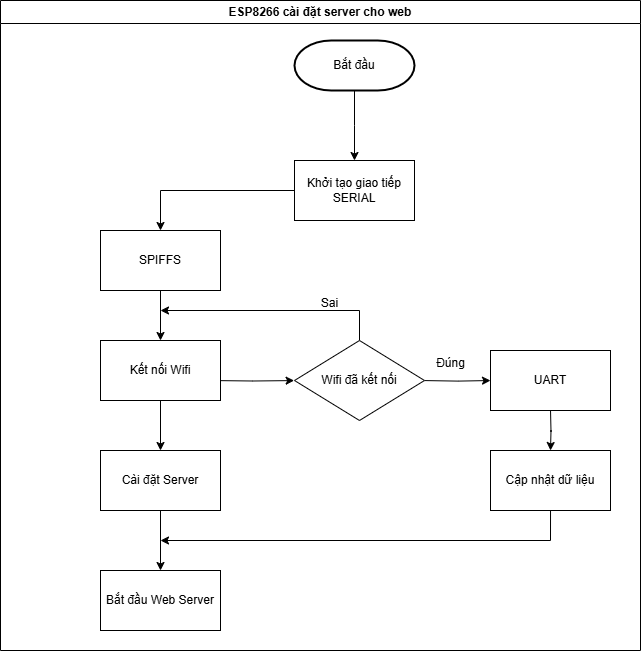
Above: FLOWCHART-VIE/FLOWCHART-SET-UP-SERVER-ESP8266.png in Quynguyen34/CNC-Drill-Graduation-Project (draw.io), before the change. Source tidied: cells renumbered, new cells last; positions are measured from the earlier drawing's top-left corner, leaving out a move shared by most shapes.
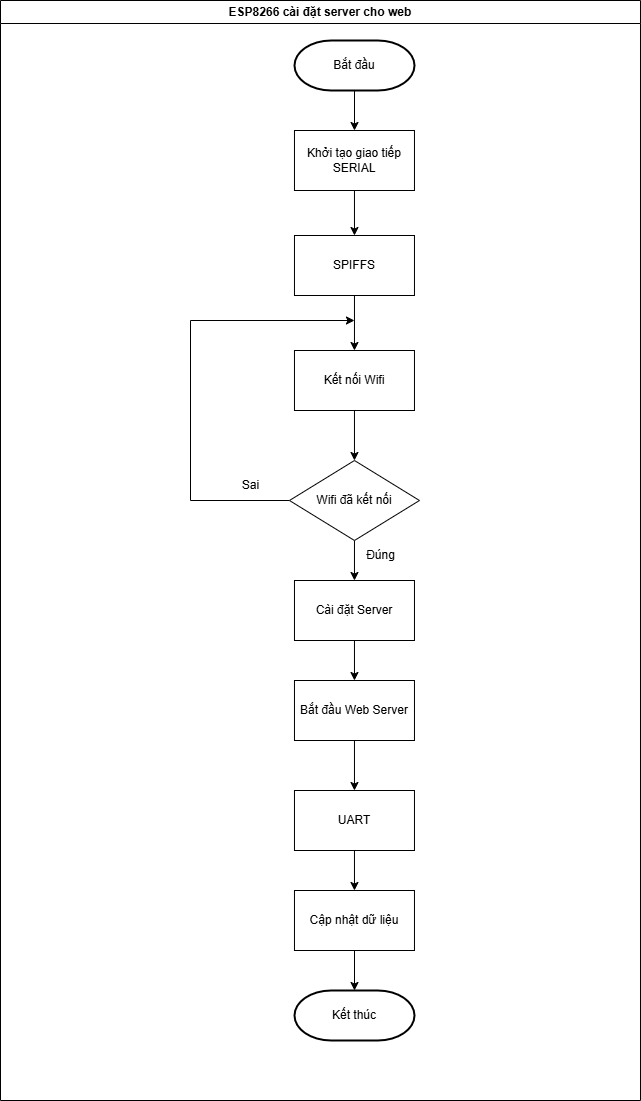
The same diagram one commit later.

What changed in the source:
```diff
@@ -2,42 +2,12 @@
   <root>
     <mxCell id="0" />
     <mxCell id="1" parent="0" />
-    <mxCell id="2" style="edgeStyle=orthogonalEdgeStyle;rounded=0;orthogonalLoop=1;jettySize=auto;html=1;entryX=0.026;entryY=0.501;entryDx=0;entryDy=0;entryPerimeter=0;" parent="1" edge="1">
-      <mxGeometry relative="1" as="geometry">
-        <mxPoint x="210" y="380" as="sourcePoint" />
-        <mxPoint x="293.6" y="380.1" as="targetPoint" />
-      </mxGeometry>
-    </mxCell>
-    <mxCell id="3" style="edgeStyle=orthogonalEdgeStyle;rounded=0;orthogonalLoop=1;jettySize=auto;html=1;exitX=0.958;exitY=0.501;exitDx=0;exitDy=0;exitPerimeter=0;" parent="1" edge="1">
-      <mxGeometry relative="1" as="geometry">
-        <mxPoint x="424.1" y="380.1" as="sourcePoint" />
-        <mxPoint x="490" y="380" as="targetPoint" />
-      </mxGeometry>
-    </mxCell>
-    <mxCell id="4" style="edgeStyle=orthogonalEdgeStyle;rounded=0;orthogonalLoop=1;jettySize=auto;html=1;" parent="1" edge="1">
-      <mxGeometry relative="1" as="geometry">
-        <mxPoint x="550" y="410" as="sourcePoint" />
-        <mxPoint x="550" y="450" as="targetPoint" />
-      </mxGeometry>
-    </mxCell>
-    <mxCell id="5" value="Đúng" style="text;html=1;align=center;verticalAlign=middle;strokeColor=none;fillColor=none;" parent="1" vertex="1">
-      <mxGeometry x="425" y="348" width="50" height="30" as="geometry" />
-    </mxCell>
-    <mxCell id="6" value="Sai" style="text;html=1;align=center;verticalAlign=middle;strokeColor=none;fillColor=none;" parent="1" vertex="1">
-      <mxGeometry x="309" y="288" width="40" height="30" as="geometry" />
-    </mxCell>
-    <mxCell id="7" style="edgeStyle=orthogonalEdgeStyle;rounded=0;orthogonalLoop=1;jettySize=auto;html=1;" parent="1" edge="1">
-      <mxGeometry relative="1" as="geometry">
-        <mxPoint x="550" y="510" as="sourcePoint" />
-        <mxPoint x="160" y="540" as="targetPoint" />
-        <Array as="points">
-          <mxPoint x="550" y="540" />
-        </Array>
-      </mxGeometry>
-    </mxCell>
     <mxCell id="8" value="ESP8266 cài đặt server cho web" style="swimlane;whiteSpace=wrap;html=1;" parent="1" vertex="1">
-      <mxGeometry width="640" height="650" as="geometry" />
+      <mxGeometry width="640" height="1100" as="geometry" />
     </mxCell>
+    <mxCell id="24" style="edgeStyle=orthogonalEdgeStyle;rounded=0;jettySize=auto;html=1;" parent="8" edge="1" source="9" target="11">
+      <mxGeometry relative="1" as="geometry" />
+    </mxCell>
     <mxCell id="9" value="Bắt đầu" style="strokeWidth=2;html=1;shape=mxgraph.flowchart.terminator;whiteSpace=wrap;" parent="8" vertex="1">
       <mxGeometry x="294" y="40" width="120" height="50" as="geometry" />
     </mxCell>
@@ -45,50 +15,67 @@
       <mxGeometry relative="1" as="geometry" />
     </mxCell>
     <mxCell id="11" value="Khởi tạo giao tiếp SERIAL" style="rounded=0;whiteSpace=wrap;html=1;" parent="8" vertex="1">
-      <mxGeometry x="294" y="160" width="120" height="60" as="geometry" />
+      <mxGeometry x="294" y="130" width="120" height="60" as="geometry" />
     </mxCell>
     <mxCell id="12" style="edgeStyle=orthogonalEdgeStyle;rounded=0;jettySize=auto;html=1;" parent="8" edge="1" source="13" target="15">
       <mxGeometry relative="1" as="geometry" />
     </mxCell>
     <mxCell id="13" value="SPIFFS" style="rounded=0;whiteSpace=wrap;html=1;" parent="8" vertex="1">
-      <mxGeometry x="100" y="230" width="120" height="60" as="geometry" />
+      <mxGeometry x="294" y="235" width="120" height="60" as="geometry" />
     </mxCell>
-    <mxCell id="14" style="edgeStyle=orthogonalEdgeStyle;rounded=0;jettySize=auto;html=1;" parent="8" edge="1" source="15" target="17">
-      <mxGeometry relative="1" as="geometry" />
-    </mxCell>
+    <mxCell id="25" style="edgeStyle=orthogonalEdgeStyle;rounded=0;jettySize=auto;html=1;entryX=0.5;entryY=0;entryDx=0;entryDy=0;" parent="8" edge="1" source="15" target="22">
+      <mxGeometry relative="1" as="geometry" />
+    </mxCell>
     <mxCell id="15" value="Kết nối Wifi" style="rounded=0;whiteSpace=wrap;html=1;" parent="8" vertex="1">
-      <mxGeometry x="100" y="340" width="120" height="60" as="geometry" />
+      <mxGeometry x="294" y="350" width="120" height="60" as="geometry" />
     </mxCell>
     <mxCell id="16" style="edgeStyle=orthogonalEdgeStyle;rounded=0;jettySize=auto;html=1;" parent="8" edge="1" source="17" target="18">
       <mxGeometry relative="1" as="geometry" />
     </mxCell>
     <mxCell id="17" value="Cài đặt Server" style="rounded=0;whiteSpace=wrap;html=1;" parent="8" vertex="1">
-      <mxGeometry x="100" y="450" width="120" height="60" as="geometry" />
+      <mxGeometry x="294" y="580" width="120" height="60" as="geometry" />
     </mxCell>
+    <mxCell id="26" style="edgeStyle=orthogonalEdgeStyle;rounded=0;jettySize=auto;html=1;entryX=0.5;entryY=0;entryDx=0;entryDy=0;" parent="8" edge="1" source="18" target="20">
+      <mxGeometry relative="1" as="geometry" />
+    </mxCell>
     <mxCell id="18" value="Bắt đầu Web Server" style="rounded=0;whiteSpace=wrap;html=1;" parent="8" vertex="1">
-      <mxGeometry x="100" y="570" width="120" height="60" as="geometry" />
+      <mxGeometry x="294" y="680" width="120" height="60" as="geometry" />
     </mxCell>
     <mxCell id="19" value="Cập nhật dữ liệu" style="rounded=0;whiteSpace=wrap;html=1;" parent="8" vertex="1">
-      <mxGeometry x="490" y="450" width="120" height="60" as="geometry" />
+      <mxGeometry x="294" y="890" width="120" height="60" as="geometry" />
     </mxCell>
+    <mxCell id="27" style="edgeStyle=orthogonalEdgeStyle;rounded=0;jettySize=auto;html=1;entryX=0.5;entryY=0;entryDx=0;entryDy=0;" parent="8" edge="1" source="20" target="19">
+      <mxGeometry relative="1" as="geometry" />
+    </mxCell>
     <mxCell id="20" value="UART" style="rounded=0;whiteSpace=wrap;html=1;" parent="8" vertex="1">
-      <mxGeometry x="490" y="350" width="120" height="60" as="geometry" />
+      <mxGeometry x="294" y="790" width="120" height="60" as="geometry" />
     </mxCell>
-    <mxCell id="21" style="edgeStyle=orthogonalEdgeStyle;rounded=0;jettySize=auto;html=1;" parent="8" edge="1" source="22">
-      <mxGeometry relative="1" as="geometry">
-        <mxPoint x="160" y="310" as="targetPoint" />
-        <Array as="points">
-          <mxPoint x="359" y="310" />
-        </Array>
-      </mxGeometry>
-    </mxCell>
+    <mxCell id="28" style="edgeStyle=orthogonalEdgeStyle;rounded=0;jettySize=auto;html=1;exitX=0;exitY=0.5;exitDx=0;exitDy=0;" parent="8" edge="1" source="22">
+      <mxGeometry relative="1" as="geometry">
+        <mxPoint x="354" y="320" as="targetPoint" />
+        <Array as="points">
+          <mxPoint x="190" y="500" />
+          <mxPoint x="190" y="320" />
+        </Array>
+      </mxGeometry>
+    </mxCell>
+    <mxCell id="29" style="edgeStyle=orthogonalEdgeStyle;rounded=0;jettySize=auto;html=1;entryX=0.5;entryY=0;entryDx=0;entryDy=0;" parent="8" edge="1" source="22" target="17">
+      <mxGeometry relative="1" as="geometry" />
+    </mxCell>
     <mxCell id="22" value="Wifi đã kết nối" style="rhombus;whiteSpace=wrap;html=1;" parent="8" vertex="1">
-      <mxGeometry x="294" y="340" width="130" height="80" as="geometry" />
+      <mxGeometry x="289" y="460" width="130" height="80" as="geometry" />
     </mxCell>
-    <mxCell id="23" style="edgeStyle=orthogonalEdgeStyle;rounded=0;jettySize=auto;html=1;" parent="1" edge="1" source="9">
-      <mxGeometry relative="1" as="geometry">
-        <mxPoint x="354" y="160" as="targetPoint" />
-      </mxGeometry>
-    </mxCell>
+    <mxCell id="6" value="Sai" style="text;html=1;align=center;verticalAlign=middle;strokeColor=none;fillColor=none;" parent="8" vertex="1">
+      <mxGeometry x="230" y="470" width="40" height="30" as="geometry" />
+    </mxCell>
+    <mxCell id="5" value="Đúng" style="text;html=1;align=center;verticalAlign=middle;strokeColor=none;fillColor=none;" parent="8" vertex="1">
+      <mxGeometry x="355" y="540" width="50" height="30" as="geometry" />
+    </mxCell>
+    <mxCell id="30" value="Kết thúc" style="strokeWidth=2;html=1;shape=mxgraph.flowchart.terminator;whiteSpace=wrap;" parent="8" vertex="1">
+      <mxGeometry x="294" y="990" width="120" height="50" as="geometry" />
+    </mxCell>
+    <mxCell id="31" style="edgeStyle=orthogonalEdgeStyle;rounded=0;jettySize=auto;html=1;entryX=0.5;entryY=0;entryDx=0;entryDy=0;entryPerimeter=0;" parent="8" edge="1" source="19" target="30">
+      <mxGeometry relative="1" as="geometry" />
+    </mxCell>
   </root>
 </mxGraphModel>
```
